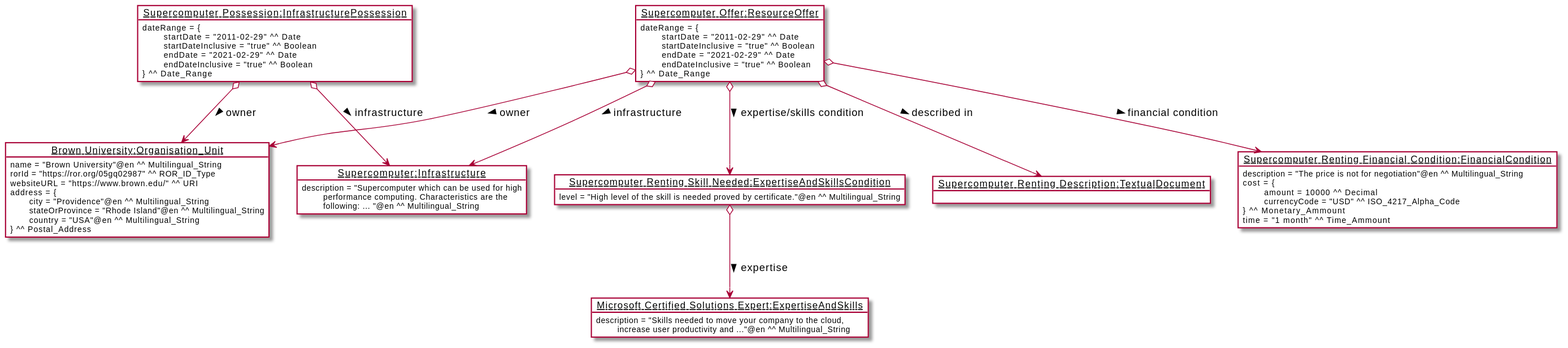
EuroCRIS/CERIF-Refactoring-ModelUseCases keeps this PlantUML diagram as UC3/example.svg. Above is the earlier version. The source it was exported from:
```plantuml
@startuml

    !startsub resource

        object "<u>Supercomputer:Infrastructure</u>" as Supercomputer #ffffff {
                 description = "Supercomputer which can be used for high
                 \t performance computing. Characteristics are the
                 \t following: ... "@en ^^ Multilingual_String
        }

    !endsub

    !startsub institutions

        object "<u>Brown University:Organisation_Unit</u>" as BrownUniversity #ffffff {
                name = "Brown University"@en ^^ Multilingual_String
                rorId = "https://ror.org/05gq02987" ^^ ROR_ID_Type
                websiteURL = "https://www.brown.edu/" ^^ URI
                address = {
                \tcity = "Providence"@en ^^ Multilingual_String
                \tstateOrProvince = "Rhode Island"@en ^^ Multilingual_String
                \tcountry = "USA"@en ^^ Multilingual_String
                } ^^ Postal_Address
        }

        object "<u>Supercomputer Possession:InfrastructurePossession</u>" as SupercomputerPossession #ffffff {
                dateRange = {
                \t startDate = "2011-02-29" ^^ Date
                \t startDateInclusive = "true" ^^ Boolean
                \t endDate = "2021-02-29" ^^ Date
                \t endDateInclusive = "true" ^^ Boolean
                } ^^ Date_Range
        }

        SupercomputerPossession o--> BrownUniversity : owner >

        SupercomputerPossession o--> Supercomputer : infrastructure >

    !endsub

    !startsub resourceOffer

        object "<u>Supercomputer Offer:ResourceOffer</u>" as SupercomputerOffer #ffffff {
                dateRange = {
                \t startDate = "2011-02-29" ^^ Date
                \t startDateInclusive = "true" ^^ Boolean
                \t endDate = "2021-02-29" ^^ Date
                \t endDateInclusive = "true" ^^ Boolean
                } ^^ Date_Range
        }

        SupercomputerOffer o--> BrownUniversity : owner >

        SupercomputerOffer o--> Supercomputer : infrastructure >

        object "<u>Supercomputer Renting Financial Condition:FinancialCondition</u>" as SupercomputerRentingFinancialCondition #ffffff {
                description = "The price is not for negotiation"@en ^^ Multilingual_String
                cost = {
                \t amount = 10000 ^^ Decimal
                \t currencyCode = "USD" ^^ ISO_4217_Alpha_Code
                } ^^ Monetary_Ammount
                time = "1 month" ^^ Time_Ammount
        }

        SupercomputerOffer o--> SupercomputerRentingFinancialCondition : financial condition >

        object "<u>Supercomputer Renting Skill Needed:ExpertiseAndSkillsCondition</u>" as SupercomputerRentingSkillNeeded #ffffff {
                level = "High level of the skill is needed proved by certificate."@en ^^ Multilingual_String
        }

        SupercomputerOffer o--> SupercomputerRentingSkillNeeded : expertise/skills condition >

        object "<u>Microsoft Certified Solutions Expert:ExpertiseAndSkills</u>" as MicrosoftCertifiedSolutionsExpert #ffffff {
                description = "Skills needed to move your company to the cloud,
                \t increase user productivity and ..."@en ^^ Multilingual_String
        }

        SupercomputerRentingSkillNeeded o--> MicrosoftCertifiedSolutionsExpert : expertise >

        object "<u>Supercomputer Renting Description:TextualDocument</u>" as SupercomputerRentingDescription #ffffff {
        }

        SupercomputerOffer o--> SupercomputerRentingDescription : described in >

    !endsub

    !startsub resourceRequest



    !endsub


@enduml
```
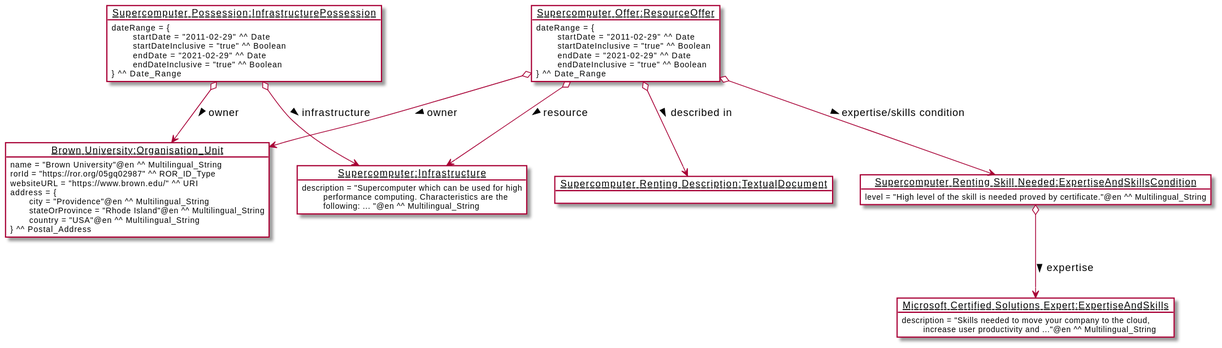
After the commit.

Commit message:
:rocket: adding generated diagrams

Diff of the diagram source:
```diff
@@ -51,18 +51,7 @@
 
         SupercomputerOffer o--> BrownUniversity : owner >
 
-        SupercomputerOffer o--> Supercomputer : infrastructure >
-
-        object "<u>Supercomputer Renting Financial Condition:FinancialCondition</u>" as SupercomputerRentingFinancialCondition #ffffff {
-                description = "The price is not for negotiation"@en ^^ Multilingual_String
-                cost = {
-                \t amount = 10000 ^^ Decimal
-                \t currencyCode = "USD" ^^ ISO_4217_Alpha_Code
-                } ^^ Monetary_Ammount
-                time = "1 month" ^^ Time_Ammount
-        }
-
-        SupercomputerOffer o--> SupercomputerRentingFinancialCondition : financial condition >
+        SupercomputerOffer o--> Supercomputer : resource >
 
         object "<u>Supercomputer Renting Skill Needed:ExpertiseAndSkillsCondition</u>" as SupercomputerRentingSkillNeeded #ffffff {
                 level = "High level of the skill is needed proved by certificate."@en ^^ Multilingual_String
```
